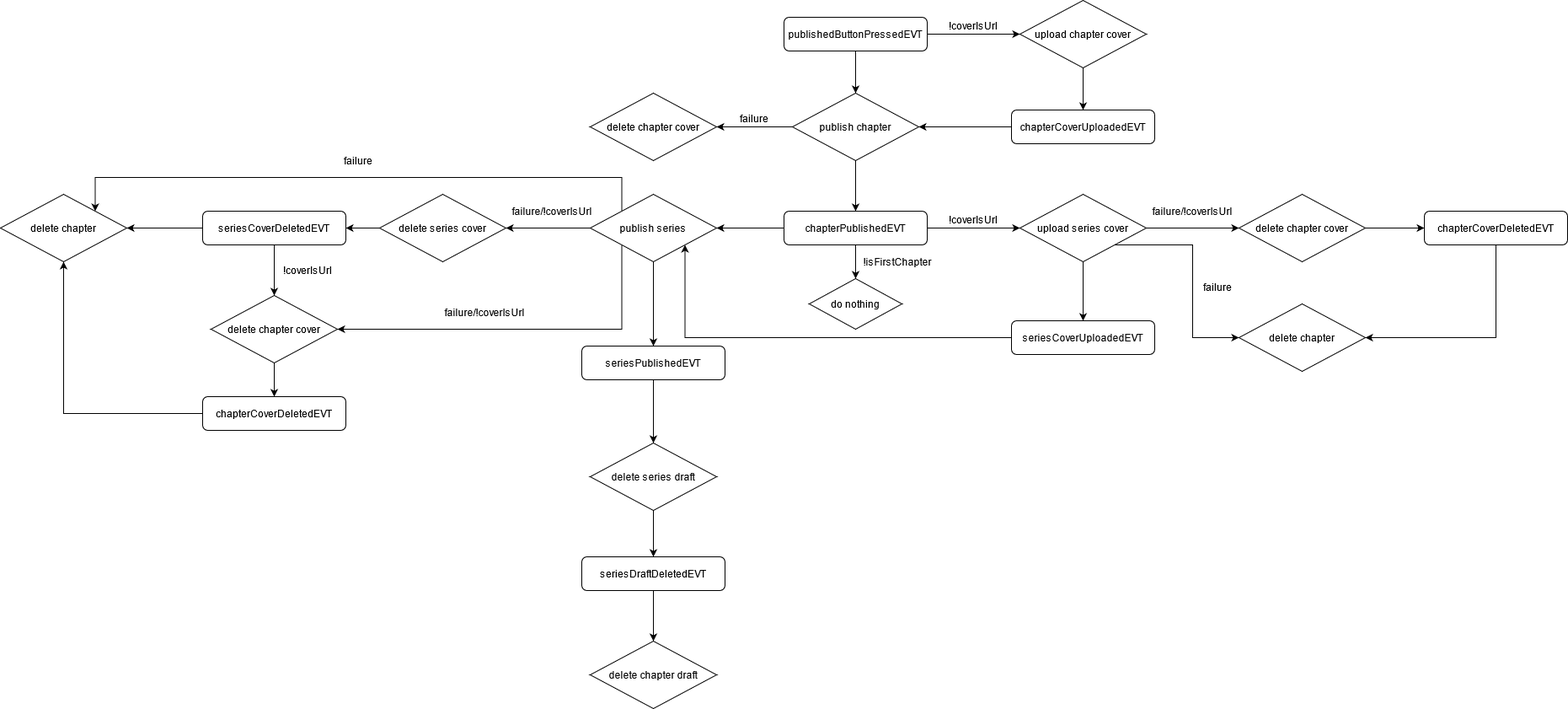
Before: assets/workflow/WINE_publish_series_workflow.png, a diagram exported from draw.io (KillyIO/wine). Source tidied: cells renumbered, new cells last; positions are measured from the earlier drawing's top-left corner, leaving out a move shared by most shapes. The source it was exported from:
```xml
<mxGraphModel>
  <root>
    <mxCell id="0" />
    <mxCell id="1" parent="0" />
    <mxCell id="2" style="edgeStyle=orthogonalEdgeStyle;rounded=0;jettySize=auto;html=1;exitX=1;exitY=0.5;exitDx=0;exitDy=0;entryX=0;entryY=0.5;entryDx=0;entryDy=0;" parent="1" edge="1" source="4" target="7">
      <mxGeometry relative="1" as="geometry" />
    </mxCell>
    <mxCell id="3" style="edgeStyle=orthogonalEdgeStyle;rounded=0;jettySize=auto;html=1;exitX=0.5;exitY=1;exitDx=0;exitDy=0;" parent="1" edge="1" source="4" target="10">
      <mxGeometry relative="1" as="geometry" />
    </mxCell>
    <mxCell id="4" value="publishedButtonPressedEVT" style="rounded=1;whiteSpace=wrap;html=1;fontSize=12;glass=0;strokeWidth=1;shadow=0;" parent="1" vertex="1">
      <mxGeometry x="930" y="20" width="170" height="40" as="geometry" />
    </mxCell>
    <mxCell id="5" value="!coverIsUrl" style="text;html=1;strokeColor=none;fillColor=none;align=center;verticalAlign=middle;whiteSpace=wrap;rounded=0;" parent="1" vertex="1">
      <mxGeometry x="1110" y="20" width="90" height="20" as="geometry" />
    </mxCell>
    <mxCell id="6" style="edgeStyle=orthogonalEdgeStyle;rounded=0;jettySize=auto;html=1;exitX=0.5;exitY=1;exitDx=0;exitDy=0;entryX=0.5;entryY=0;entryDx=0;entryDy=0;" parent="1" edge="1" source="7" target="12">
      <mxGeometry relative="1" as="geometry" />
    </mxCell>
    <mxCell id="7" value="upload chapter cover" style="rhombus;whiteSpace=wrap;html=1;" parent="1" vertex="1">
      <mxGeometry x="1210" width="150" height="80" as="geometry" />
    </mxCell>
    <mxCell id="8" style="edgeStyle=orthogonalEdgeStyle;rounded=0;jettySize=auto;html=1;exitX=0.5;exitY=1;exitDx=0;exitDy=0;entryX=0.5;entryY=0;entryDx=0;entryDy=0;" parent="1" edge="1" source="10" target="16">
      <mxGeometry relative="1" as="geometry" />
    </mxCell>
    <mxCell id="9" style="edgeStyle=orthogonalEdgeStyle;rounded=0;jettySize=auto;html=1;exitX=0;exitY=0.5;exitDx=0;exitDy=0;entryX=1;entryY=0.5;entryDx=0;entryDy=0;" parent="1" edge="1" source="10" target="17">
      <mxGeometry relative="1" as="geometry" />
    </mxCell>
    <mxCell id="10" value="publish chapter" style="rhombus;whiteSpace=wrap;html=1;" parent="1" vertex="1">
      <mxGeometry x="940" y="110" width="150" height="80" as="geometry" />
    </mxCell>
    <mxCell id="11" style="edgeStyle=orthogonalEdgeStyle;rounded=0;jettySize=auto;html=1;exitX=0;exitY=0.5;exitDx=0;exitDy=0;entryX=1;entryY=0.5;entryDx=0;entryDy=0;" parent="1" edge="1" source="12" target="10">
      <mxGeometry relative="1" as="geometry" />
    </mxCell>
    <mxCell id="12" value="chapterCoverUploadedEVT" style="rounded=1;whiteSpace=wrap;html=1;fontSize=12;glass=0;strokeWidth=1;shadow=0;" parent="1" vertex="1">
      <mxGeometry x="1200" y="130" width="170" height="40" as="geometry" />
    </mxCell>
    <mxCell id="13" style="edgeStyle=orthogonalEdgeStyle;rounded=0;jettySize=auto;html=1;exitX=1;exitY=0.5;exitDx=0;exitDy=0;entryX=0;entryY=0.5;entryDx=0;entryDy=0;" parent="1" edge="1" source="16" target="23">
      <mxGeometry relative="1" as="geometry" />
    </mxCell>
    <mxCell id="14" style="edgeStyle=orthogonalEdgeStyle;rounded=0;jettySize=auto;html=1;exitX=0;exitY=0.5;exitDx=0;exitDy=0;entryX=1;entryY=0.5;entryDx=0;entryDy=0;" parent="1" edge="1" source="16" target="36">
      <mxGeometry relative="1" as="geometry" />
    </mxCell>
    <mxCell id="15" style="edgeStyle=orthogonalEdgeStyle;rounded=0;jettySize=auto;html=1;exitX=0.5;exitY=1;exitDx=0;exitDy=0;entryX=0.5;entryY=0;entryDx=0;entryDy=0;" parent="1" edge="1" source="16" target="59">
      <mxGeometry relative="1" as="geometry" />
    </mxCell>
    <mxCell id="16" value="chapterPublishedEVT" style="rounded=1;whiteSpace=wrap;html=1;fontSize=12;glass=0;strokeWidth=1;shadow=0;" parent="1" vertex="1">
      <mxGeometry x="930" y="250" width="170" height="40" as="geometry" />
    </mxCell>
    <mxCell id="17" value="delete chapter cover" style="rhombus;whiteSpace=wrap;html=1;" parent="1" vertex="1">
      <mxGeometry x="700" y="110" width="150" height="80" as="geometry" />
    </mxCell>
    <mxCell id="18" value="failure" style="text;html=1;strokeColor=none;fillColor=none;align=center;verticalAlign=middle;whiteSpace=wrap;rounded=0;" parent="1" vertex="1">
      <mxGeometry x="850" y="130" width="90" height="20" as="geometry" />
    </mxCell>
    <mxCell id="19" value="!coverIsUrl" style="text;html=1;strokeColor=none;fillColor=none;align=center;verticalAlign=middle;whiteSpace=wrap;rounded=0;" parent="1" vertex="1">
      <mxGeometry x="1110" y="250" width="90" height="20" as="geometry" />
    </mxCell>
    <mxCell id="20" style="edgeStyle=orthogonalEdgeStyle;rounded=0;jettySize=auto;html=1;exitX=0.5;exitY=1;exitDx=0;exitDy=0;" parent="1" edge="1" source="23" target="25">
      <mxGeometry relative="1" as="geometry" />
    </mxCell>
    <mxCell id="21" style="edgeStyle=orthogonalEdgeStyle;rounded=0;jettySize=auto;html=1;exitX=1;exitY=0.5;exitDx=0;exitDy=0;entryX=0;entryY=0.5;entryDx=0;entryDy=0;" parent="1" edge="1" source="23" target="27">
      <mxGeometry relative="1" as="geometry" />
    </mxCell>
    <mxCell id="22" style="edgeStyle=orthogonalEdgeStyle;rounded=0;jettySize=auto;html=1;exitX=1;exitY=1;exitDx=0;exitDy=0;entryX=0;entryY=0.5;entryDx=0;entryDy=0;" parent="1" edge="1" source="23" target="29">
      <mxGeometry relative="1" as="geometry" />
    </mxCell>
    <mxCell id="23" value="upload series cover" style="rhombus;whiteSpace=wrap;html=1;" parent="1" vertex="1">
      <mxGeometry x="1210" y="230" width="150" height="80" as="geometry" />
    </mxCell>
    <mxCell id="24" style="edgeStyle=orthogonalEdgeStyle;rounded=0;jettySize=auto;html=1;exitX=0;exitY=0.5;exitDx=0;exitDy=0;entryX=1;entryY=1;entryDx=0;entryDy=0;" parent="1" edge="1" source="25" target="36">
      <mxGeometry relative="1" as="geometry" />
    </mxCell>
    <mxCell id="25" value="seriesCoverUploadedEVT" style="rounded=1;whiteSpace=wrap;html=1;fontSize=12;glass=0;strokeWidth=1;shadow=0;" parent="1" vertex="1">
      <mxGeometry x="1200" y="380" width="170" height="40" as="geometry" />
    </mxCell>
    <mxCell id="26" style="edgeStyle=orthogonalEdgeStyle;rounded=0;jettySize=auto;html=1;exitX=1;exitY=0.5;exitDx=0;exitDy=0;entryX=0;entryY=0.5;entryDx=0;entryDy=0;" parent="1" edge="1" source="27" target="31">
      <mxGeometry relative="1" as="geometry" />
    </mxCell>
    <mxCell id="27" value="delete chapter cover" style="rhombus;whiteSpace=wrap;html=1;" parent="1" vertex="1">
      <mxGeometry x="1470" y="230" width="150" height="80" as="geometry" />
    </mxCell>
    <mxCell id="28" value="failure/!coverIsUrl" style="text;html=1;strokeColor=none;fillColor=none;align=center;verticalAlign=middle;whiteSpace=wrap;rounded=0;" parent="1" vertex="1">
      <mxGeometry x="1370" y="240" width="90" height="20" as="geometry" />
    </mxCell>
    <mxCell id="29" value="delete chapter" style="rhombus;whiteSpace=wrap;html=1;" parent="1" vertex="1">
      <mxGeometry x="1470" y="360" width="150" height="80" as="geometry" />
    </mxCell>
    <mxCell id="30" style="edgeStyle=orthogonalEdgeStyle;rounded=0;jettySize=auto;html=1;exitX=0.5;exitY=1;exitDx=0;exitDy=0;entryX=1;entryY=0.5;entryDx=0;entryDy=0;" parent="1" edge="1" source="31" target="29">
      <mxGeometry relative="1" as="geometry" />
    </mxCell>
    <mxCell id="31" value="chapterCoverDeletedEVT" style="rounded=1;whiteSpace=wrap;html=1;fontSize=12;glass=0;strokeWidth=1;shadow=0;" parent="1" vertex="1">
      <mxGeometry x="1690" y="250" width="170" height="40" as="geometry" />
    </mxCell>
    <mxCell id="32" style="edgeStyle=orthogonalEdgeStyle;rounded=0;jettySize=auto;html=1;exitX=0;exitY=0.5;exitDx=0;exitDy=0;entryX=1;entryY=0.5;entryDx=0;entryDy=0;" parent="1" edge="1" source="36" target="46">
      <mxGeometry relative="1" as="geometry" />
    </mxCell>
    <mxCell id="33" style="edgeStyle=orthogonalEdgeStyle;rounded=0;jettySize=auto;html=1;exitX=0.5;exitY=1;exitDx=0;exitDy=0;entryX=0.5;entryY=0;entryDx=0;entryDy=0;" parent="1" edge="1" source="36" target="41">
      <mxGeometry relative="1" as="geometry" />
    </mxCell>
    <mxCell id="34" style="edgeStyle=orthogonalEdgeStyle;rounded=0;jettySize=auto;html=1;exitX=0;exitY=1;exitDx=0;exitDy=0;entryX=1;entryY=0.5;entryDx=0;entryDy=0;" parent="1" edge="1" source="36" target="52">
      <mxGeometry relative="1" as="geometry">
        <Array as="points">
          <mxPoint x="738" y="390" />
        </Array>
      </mxGeometry>
    </mxCell>
    <mxCell id="35" style="edgeStyle=orthogonalEdgeStyle;rounded=0;jettySize=auto;html=1;exitX=0;exitY=0;exitDx=0;exitDy=0;entryX=1;entryY=0;entryDx=0;entryDy=0;" parent="1" edge="1" source="36" target="54">
      <mxGeometry relative="1" as="geometry">
        <Array as="points">
          <mxPoint x="738" y="210" />
          <mxPoint x="112" y="210" />
        </Array>
      </mxGeometry>
    </mxCell>
    <mxCell id="36" value="publish series" style="rhombus;whiteSpace=wrap;html=1;" parent="1" vertex="1">
      <mxGeometry x="700" y="230" width="150" height="80" as="geometry" />
    </mxCell>
    <mxCell id="37" style="edgeStyle=orthogonalEdgeStyle;rounded=0;jettySize=auto;html=1;exitX=0.5;exitY=1;exitDx=0;exitDy=0;entryX=0.5;entryY=0;entryDx=0;entryDy=0;" parent="1" edge="1" source="38" target="43">
      <mxGeometry relative="1" as="geometry" />
    </mxCell>
    <mxCell id="38" value="delete series draft" style="rhombus;whiteSpace=wrap;html=1;" parent="1" vertex="1">
      <mxGeometry x="700" y="525" width="150" height="80" as="geometry" />
    </mxCell>
    <mxCell id="39" value="failure" style="text;html=1;strokeColor=none;fillColor=none;align=center;verticalAlign=middle;whiteSpace=wrap;rounded=0;" parent="1" vertex="1">
      <mxGeometry x="1400" y="330" width="90" height="20" as="geometry" />
    </mxCell>
    <mxCell id="40" style="edgeStyle=orthogonalEdgeStyle;rounded=0;jettySize=auto;html=1;exitX=0.5;exitY=1;exitDx=0;exitDy=0;entryX=0.5;entryY=0;entryDx=0;entryDy=0;" parent="1" edge="1" source="41" target="38">
      <mxGeometry relative="1" as="geometry" />
    </mxCell>
    <mxCell id="41" value="&lt;div&gt;seriesPublishedEVT&lt;/div&gt;" style="rounded=1;whiteSpace=wrap;html=1;fontSize=12;glass=0;strokeWidth=1;shadow=0;" parent="1" vertex="1">
      <mxGeometry x="690" y="410" width="170" height="40" as="geometry" />
    </mxCell>
    <mxCell id="42" style="edgeStyle=orthogonalEdgeStyle;rounded=0;jettySize=auto;html=1;exitX=0.5;exitY=1;exitDx=0;exitDy=0;entryX=0.5;entryY=0;entryDx=0;entryDy=0;" parent="1" edge="1" source="43" target="44">
      <mxGeometry relative="1" as="geometry" />
    </mxCell>
    <mxCell id="43" value="&lt;div&gt;seriesDraftDeletedEVT&lt;/div&gt;" style="rounded=1;whiteSpace=wrap;html=1;fontSize=12;glass=0;strokeWidth=1;shadow=0;" parent="1" vertex="1">
      <mxGeometry x="690" y="660" width="170" height="40" as="geometry" />
    </mxCell>
    <mxCell id="44" value="delete chapter draft" style="rhombus;whiteSpace=wrap;html=1;" parent="1" vertex="1">
      <mxGeometry x="700" y="760" width="150" height="80" as="geometry" />
    </mxCell>
    <mxCell id="45" style="edgeStyle=orthogonalEdgeStyle;rounded=0;jettySize=auto;html=1;exitX=0;exitY=0.5;exitDx=0;exitDy=0;entryX=1;entryY=0.5;entryDx=0;entryDy=0;" parent="1" edge="1" source="46" target="50">
      <mxGeometry relative="1" as="geometry" />
    </mxCell>
    <mxCell id="46" value="delete series cover" style="rhombus;whiteSpace=wrap;html=1;" parent="1" vertex="1">
      <mxGeometry x="450" y="230" width="150" height="80" as="geometry" />
    </mxCell>
    <mxCell id="47" value="failure/!coverIsUrl" style="text;html=1;strokeColor=none;fillColor=none;align=center;verticalAlign=middle;whiteSpace=wrap;rounded=0;" parent="1" vertex="1">
      <mxGeometry x="610" y="240" width="90" height="20" as="geometry" />
    </mxCell>
    <mxCell id="48" style="edgeStyle=orthogonalEdgeStyle;rounded=0;jettySize=auto;html=1;exitX=0.5;exitY=1;exitDx=0;exitDy=0;entryX=0.5;entryY=0;entryDx=0;entryDy=0;" parent="1" edge="1" source="50" target="52">
      <mxGeometry relative="1" as="geometry" />
    </mxCell>
    <mxCell id="49" style="edgeStyle=orthogonalEdgeStyle;rounded=0;jettySize=auto;html=1;exitX=0;exitY=0.5;exitDx=0;exitDy=0;entryX=1;entryY=0.5;entryDx=0;entryDy=0;" parent="1" edge="1" source="50" target="54">
      <mxGeometry relative="1" as="geometry" />
    </mxCell>
    <mxCell id="50" value="&lt;div&gt;seriesCoverDeletedEVT&lt;/div&gt;" style="rounded=1;whiteSpace=wrap;html=1;fontSize=12;glass=0;strokeWidth=1;shadow=0;" parent="1" vertex="1">
      <mxGeometry x="240" y="250" width="170" height="40" as="geometry" />
    </mxCell>
    <mxCell id="51" style="edgeStyle=orthogonalEdgeStyle;rounded=0;jettySize=auto;html=1;exitX=0.5;exitY=1;exitDx=0;exitDy=0;entryX=0.5;entryY=0;entryDx=0;entryDy=0;" parent="1" edge="1" source="52" target="56">
      <mxGeometry relative="1" as="geometry" />
    </mxCell>
    <mxCell id="52" value="delete chapter cover" style="rhombus;whiteSpace=wrap;html=1;" parent="1" vertex="1">
      <mxGeometry x="250" y="350" width="150" height="80" as="geometry" />
    </mxCell>
    <mxCell id="53" value="!coverIsUrl" style="text;html=1;strokeColor=none;fillColor=none;align=center;verticalAlign=middle;whiteSpace=wrap;rounded=0;" parent="1" vertex="1">
      <mxGeometry x="320" y="310" width="90" height="20" as="geometry" />
    </mxCell>
    <mxCell id="54" value="delete chapter" style="rhombus;whiteSpace=wrap;html=1;" parent="1" vertex="1">
      <mxGeometry y="230" width="150" height="80" as="geometry" />
    </mxCell>
    <mxCell id="55" style="edgeStyle=orthogonalEdgeStyle;rounded=0;jettySize=auto;html=1;exitX=0;exitY=0.5;exitDx=0;exitDy=0;entryX=0.5;entryY=1;entryDx=0;entryDy=0;" parent="1" edge="1" source="56" target="54">
      <mxGeometry relative="1" as="geometry" />
    </mxCell>
    <mxCell id="56" value="chapterCoverDeletedEVT" style="rounded=1;whiteSpace=wrap;html=1;fontSize=12;glass=0;strokeWidth=1;shadow=0;" parent="1" vertex="1">
      <mxGeometry x="240" y="470" width="170" height="40" as="geometry" />
    </mxCell>
    <mxCell id="57" value="&lt;div&gt;failure&lt;/div&gt;" style="text;html=1;strokeColor=none;fillColor=none;align=center;verticalAlign=middle;whiteSpace=wrap;rounded=0;" parent="1" vertex="1">
      <mxGeometry x="380" y="180" width="90" height="20" as="geometry" />
    </mxCell>
    <mxCell id="58" value="failure/!coverIsUrl" style="text;html=1;strokeColor=none;fillColor=none;align=center;verticalAlign=middle;whiteSpace=wrap;rounded=0;" parent="1" vertex="1">
      <mxGeometry x="530" y="360" width="90" height="20" as="geometry" />
    </mxCell>
    <mxCell id="59" value="do nothing" style="rhombus;whiteSpace=wrap;html=1;" parent="1" vertex="1">
      <mxGeometry x="960" y="330" width="110" height="60" as="geometry" />
    </mxCell>
    <mxCell id="60" value="!isFirstChapter" style="text;html=1;strokeColor=none;fillColor=none;align=center;verticalAlign=middle;whiteSpace=wrap;rounded=0;" parent="1" vertex="1">
      <mxGeometry x="1020" y="300" width="90" height="20" as="geometry" />
    </mxCell>
  </root>
</mxGraphModel>
```
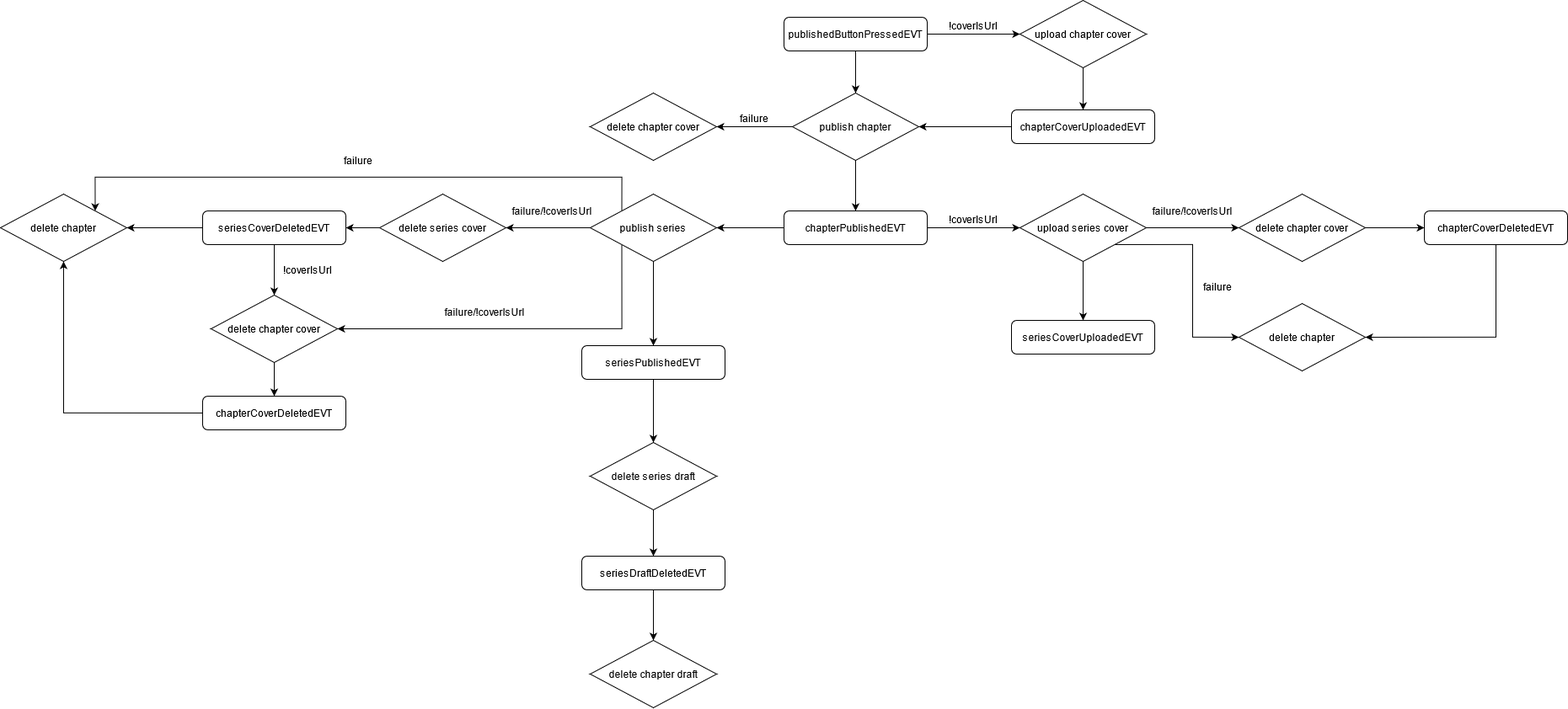
Later version of the same file.

Diff of the diagram source:
```diff
@@ -41,9 +41,6 @@
     <mxCell id="14" style="edgeStyle=orthogonalEdgeStyle;rounded=0;jettySize=auto;html=1;exitX=0;exitY=0.5;exitDx=0;exitDy=0;entryX=1;entryY=0.5;entryDx=0;entryDy=0;" parent="1" edge="1" source="16" target="36">
       <mxGeometry relative="1" as="geometry" />
     </mxCell>
-    <mxCell id="15" style="edgeStyle=orthogonalEdgeStyle;rounded=0;jettySize=auto;html=1;exitX=0.5;exitY=1;exitDx=0;exitDy=0;entryX=0.5;entryY=0;entryDx=0;entryDy=0;" parent="1" edge="1" source="16" target="59">
-      <mxGeometry relative="1" as="geometry" />
-    </mxCell>
     <mxCell id="16" value="chapterPublishedEVT" style="rounded=1;whiteSpace=wrap;html=1;fontSize=12;glass=0;strokeWidth=1;shadow=0;" parent="1" vertex="1">
       <mxGeometry x="930" y="250" width="170" height="40" as="geometry" />
     </mxCell>
@@ -68,9 +65,6 @@
     <mxCell id="23" value="upload series cover" style="rhombus;whiteSpace=wrap;html=1;" parent="1" vertex="1">
       <mxGeometry x="1210" y="230" width="150" height="80" as="geometry" />
     </mxCell>
-    <mxCell id="24" style="edgeStyle=orthogonalEdgeStyle;rounded=0;jettySize=auto;html=1;exitX=0;exitY=0.5;exitDx=0;exitDy=0;entryX=1;entryY=1;entryDx=0;entryDy=0;" parent="1" edge="1" source="25" target="36">
-      <mxGeometry relative="1" as="geometry" />
-    </mxCell>
     <mxCell id="25" value="seriesCoverUploadedEVT" style="rounded=1;whiteSpace=wrap;html=1;fontSize=12;glass=0;strokeWidth=1;shadow=0;" parent="1" vertex="1">
       <mxGeometry x="1200" y="380" width="170" height="40" as="geometry" />
     </mxCell>
@@ -182,11 +176,5 @@
     <mxCell id="58" value="failure/!coverIsUrl" style="text;html=1;strokeColor=none;fillColor=none;align=center;verticalAlign=middle;whiteSpace=wrap;rounded=0;" parent="1" vertex="1">
       <mxGeometry x="530" y="360" width="90" height="20" as="geometry" />
     </mxCell>
-    <mxCell id="59" value="do nothing" style="rhombus;whiteSpace=wrap;html=1;" parent="1" vertex="1">
-      <mxGeometry x="960" y="330" width="110" height="60" as="geometry" />
-    </mxCell>
-    <mxCell id="60" value="!isFirstChapter" style="text;html=1;strokeColor=none;fillColor=none;align=center;verticalAlign=middle;whiteSpace=wrap;rounded=0;" parent="1" vertex="1">
-      <mxGeometry x="1020" y="300" width="90" height="20" as="geometry" />
-    </mxCell>
   </root>
 </mxGraphModel>
```
